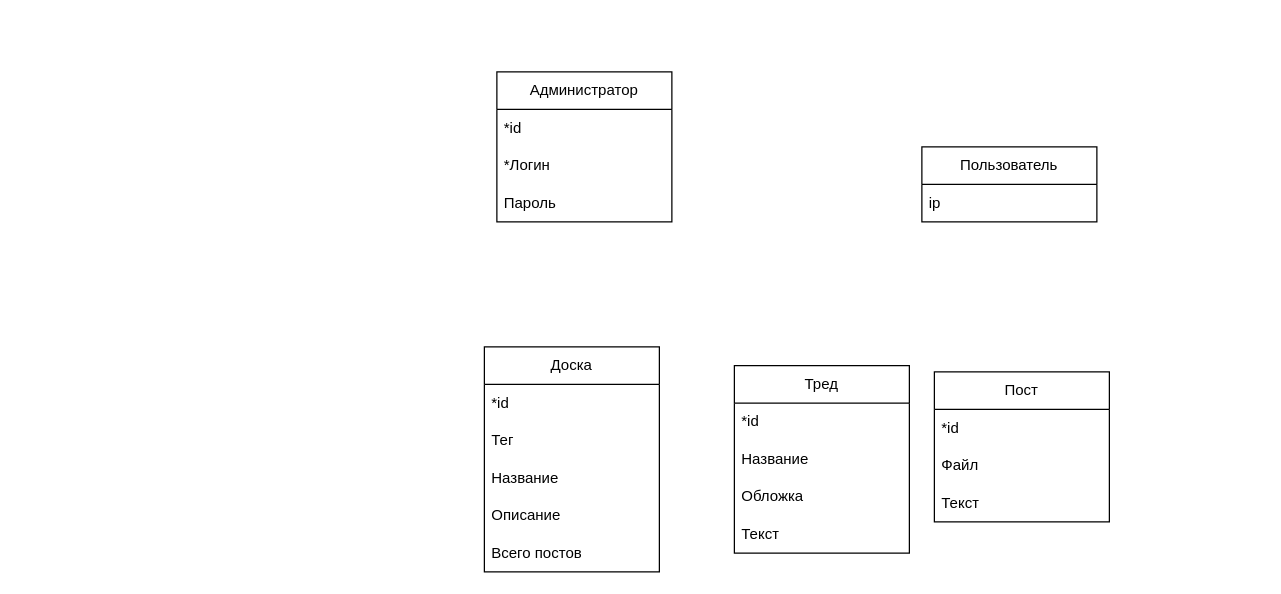
Urvatov/openchan-django keeps this draw.io diagram as relational.drawio. Above is the earlier version. Source tidied: cells renumbered, new cells numbered last; positions are measured from the earlier drawing's top-left corner, leaving out a move shared by most shapes. Both pictures are drawn from the tidied source at 125%, with x=0, y=0 at pixel (484, 71).
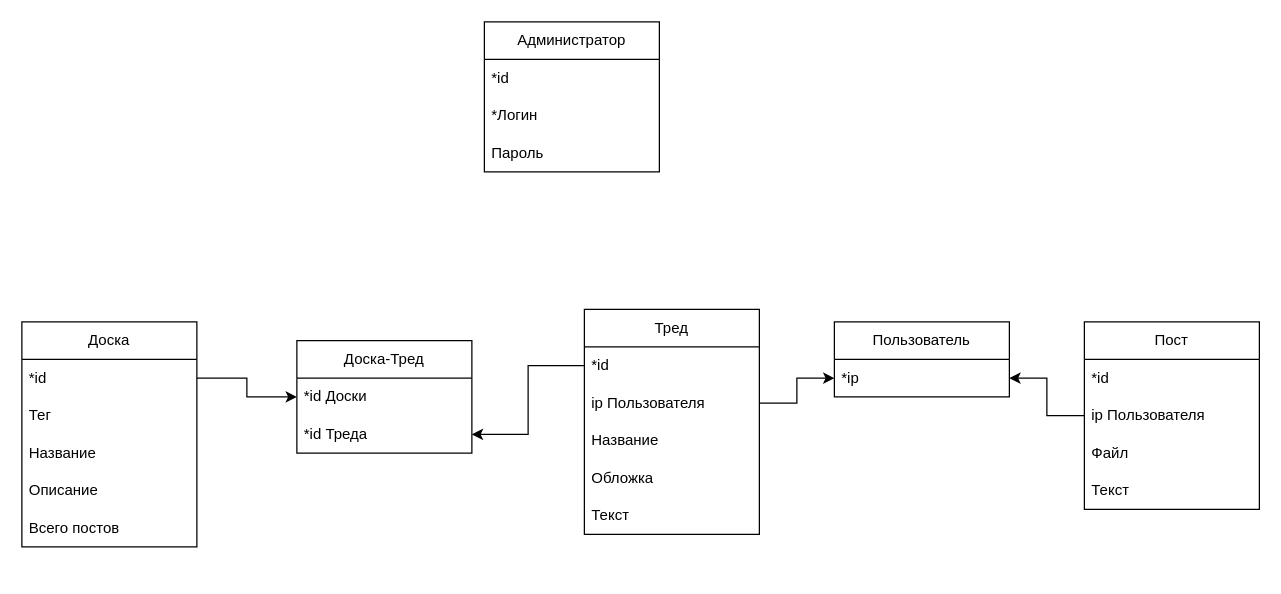
After the change.

Commit message:
+обновление схемы бд

The change refers to these unchanged cells:
```xml
<mxCell id="3" value="*id" style="text;strokeColor=none;fillColor=none;align=left;verticalAlign=middle;spacingLeft=4;spacingRight=4;overflow=hidden;points=[[0,0.5],[1,0.5]];portConstraint=eastwest;whiteSpace=wrap;html=1;" parent="2" vertex="1">
  <mxGeometry y="30" width="140" height="30" as="geometry" />
</mxCell>
<mxCell id="9" value="*id" style="text;strokeColor=none;fillColor=none;align=left;verticalAlign=middle;spacingLeft=4;spacingRight=4;overflow=hidden;points=[[0,0.5],[1,0.5]];portConstraint=eastwest;whiteSpace=wrap;html=1;" parent="8" vertex="1">
  <mxGeometry y="30" width="140" height="30" as="geometry" />
</mxCell>
```

What changed in the source:
```diff
@@
     <mxCell id="2" value="Доска" style="swimlane;fontStyle=0;horizontal=1;startSize=30;whiteSpace=wrap;html=1;" parent="1" vertex="1">
-      <mxGeometry y="220" width="140" height="180" as="geometry" />
+      <mxGeometry x="-370" y="200" width="140" height="180" as="geometry" />
     </mxCell>
@@
     <mxCell id="8" value="Тред" style="swimlane;fontStyle=0;horizontal=1;startSize=30;whiteSpace=wrap;html=1;" parent="1" vertex="1">
-      <mxGeometry x="200" y="235" width="140" height="150" as="geometry" />
+      <mxGeometry x="80" y="190" width="140" height="180" as="geometry" />
     </mxCell>
@@
+    <mxCell id="23" value="ip Пользователя" style="text;strokeColor=none;fillColor=none;align=left;verticalAlign=middle;spacingLeft=4;spacingRight=4;overflow=hidden;points=[[0,0.5],[1,0.5]];portConstraint=eastwest;whiteSpace=wrap;html=1;" parent="8" vertex="1">
+      <mxGeometry y="60" width="140" height="30" as="geometry" />
+    </mxCell>
     <mxCell id="10" value="Название" style="text;strokeColor=none;fillColor=none;align=left;verticalAlign=middle;spacingLeft=4;spacingRight=4;overflow=hidden;whiteSpace=wrap;html=1;" parent="8" vertex="1">
-      <mxGeometry y="60" width="140" height="30" as="geometry" />
+      <mxGeometry y="90" width="140" height="30" as="geometry" />
     </mxCell>
     <mxCell id="11" value="Обложка" style="text;strokeColor=none;fillColor=none;align=left;verticalAlign=middle;spacingLeft=4;spacingRight=4;overflow=hidden;whiteSpace=wrap;html=1;" parent="8" vertex="1">
-      <mxGeometry y="90" width="140" height="30" as="geometry" />
+      <mxGeometry y="120" width="140" height="30" as="geometry" />
     </mxCell>
     <mxCell id="12" value="Текст" style="text;strokeColor=none;fillColor=none;align=left;verticalAlign=middle;spacingLeft=4;spacingRight=4;overflow=hidden;whiteSpace=wrap;html=1;" parent="8" vertex="1">
-      <mxGeometry y="120" width="140" height="30" as="geometry" />
+      <mxGeometry y="150" width="140" height="30" as="geometry" />
     </mxCell>
     <mxCell id="13" value="Пост" style="swimlane;fontStyle=0;horizontal=1;startSize=30;whiteSpace=wrap;html=1;" parent="1" vertex="1">
-      <mxGeometry x="360" y="240" width="140" height="120" as="geometry" />
+      <mxGeometry x="480" y="200" width="140" height="150" as="geometry" />
     </mxCell>
@@
+    <mxCell id="24" value="ip Пользователя" style="text;strokeColor=none;fillColor=none;align=left;verticalAlign=middle;spacingLeft=4;spacingRight=4;overflow=hidden;points=[[0,0.5],[1,0.5]];portConstraint=eastwest;whiteSpace=wrap;html=1;" parent="13" vertex="1">
+      <mxGeometry y="60" width="140" height="30" as="geometry" />
+    </mxCell>
     <mxCell id="15" value="Файл" style="text;strokeColor=none;fillColor=none;align=left;verticalAlign=middle;spacingLeft=4;spacingRight=4;overflow=hidden;whiteSpace=wrap;html=1;" parent="13" vertex="1">
-      <mxGeometry y="60" width="140" height="30" as="geometry" />
+      <mxGeometry y="90" width="140" height="30" as="geometry" />
     </mxCell>
     <mxCell id="16" value="Текст" style="text;strokeColor=none;fillColor=none;align=left;verticalAlign=middle;spacingLeft=4;spacingRight=4;overflow=hidden;whiteSpace=wrap;html=1;" parent="13" vertex="1">
-      <mxGeometry y="90" width="140" height="30" as="geometry" />
+      <mxGeometry y="120" width="140" height="30" as="geometry" />
     </mxCell>
     <mxCell id="17" value="Администратор" style="swimlane;fontStyle=0;horizontal=1;startSize=30;whiteSpace=wrap;html=1;" parent="1" vertex="1">
-      <mxGeometry x="10" width="140" height="120" as="geometry" />
+      <mxGeometry y="-40" width="140" height="120" as="geometry" />
     </mxCell>
@@
     <mxCell id="21" value="Пользователь" style="swimlane;fontStyle=0;horizontal=1;startSize=30;whiteSpace=wrap;html=1;" parent="1" vertex="1">
-      <mxGeometry x="350" y="60" width="140" height="60" as="geometry" />
+      <mxGeometry x="280" y="200" width="140" height="60" as="geometry" />
     </mxCell>
-    <mxCell id="22" value="ip" style="text;strokeColor=none;fillColor=none;align=left;verticalAlign=middle;spacingLeft=4;spacingRight=4;overflow=hidden;points=[[0,0.5],[1,0.5]];portConstraint=eastwest;whiteSpace=wrap;html=1;" parent="21" vertex="1">
+    <mxCell id="22" value="*ip" style="text;strokeColor=none;fillColor=none;align=left;verticalAlign=middle;spacingLeft=4;spacingRight=4;overflow=hidden;points=[[0,0.5],[1,0.5]];portConstraint=eastwest;whiteSpace=wrap;html=1;" parent="21" vertex="1">
       <mxGeometry y="30" width="140" height="30" as="geometry" />
     </mxCell>
+    <mxCell id="25" style="edgeStyle=orthogonalEdgeStyle;rounded=0;jettySize=auto;html=1;exitX=0;exitY=0.5;exitDx=0;exitDy=0;entryX=1;entryY=0.5;entryDx=0;entryDy=0;" parent="1" edge="1" source="24" target="22">
+      <mxGeometry relative="1" as="geometry" />
+    </mxCell>
+    <mxCell id="26" style="edgeStyle=orthogonalEdgeStyle;rounded=0;jettySize=auto;html=1;exitX=1;exitY=0.5;exitDx=0;exitDy=0;entryX=0;entryY=0.5;entryDx=0;entryDy=0;" parent="1" edge="1" source="23" target="22">
+      <mxGeometry relative="1" as="geometry" />
+    </mxCell>
+    <mxCell id="27" value="Доска-Тред" style="swimlane;fontStyle=0;horizontal=1;startSize=30;whiteSpace=wrap;html=1;" parent="1" vertex="1">
+      <mxGeometry x="-150" y="215" width="140" height="90" as="geometry" />
+    </mxCell>
+    <mxCell id="28" value="*id Доски" style="text;strokeColor=none;fillColor=none;align=left;verticalAlign=middle;spacingLeft=4;spacingRight=4;overflow=hidden;points=[[0,0.5],[1,0.5]];portConstraint=eastwest;whiteSpace=wrap;html=1;" parent="27" vertex="1">
+      <mxGeometry y="30" width="140" height="30" as="geometry" />
+    </mxCell>
+    <mxCell id="29" value="*id Треда" style="text;strokeColor=none;fillColor=none;align=left;verticalAlign=middle;spacingLeft=4;spacingRight=4;overflow=hidden;points=[[0,0.5],[1,0.5]];portConstraint=eastwest;whiteSpace=wrap;html=1;" parent="27" vertex="1">
+      <mxGeometry y="60" width="140" height="30" as="geometry" />
+    </mxCell>
+    <mxCell id="30" style="edgeStyle=orthogonalEdgeStyle;rounded=0;jettySize=auto;html=1;exitX=1;exitY=0.5;exitDx=0;exitDy=0;entryX=0;entryY=0.5;entryDx=0;entryDy=0;" parent="1" edge="1" source="3" target="28">
+      <mxGeometry relative="1" as="geometry" />
+    </mxCell>
+    <mxCell id="31" style="edgeStyle=orthogonalEdgeStyle;rounded=0;jettySize=auto;html=1;exitX=0;exitY=0.5;exitDx=0;exitDy=0;entryX=1;entryY=0.5;entryDx=0;entryDy=0;" parent="1" edge="1" source="9" target="29">
+      <mxGeometry relative="1" as="geometry" />
+    </mxCell>
```
